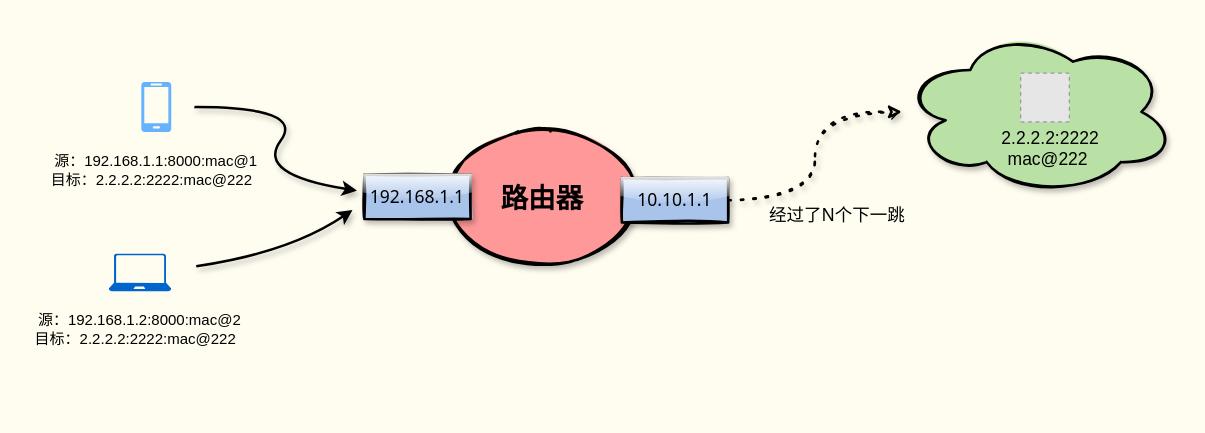
boxtsecond/draw keeps this draw.io diagram as pictures/负载均衡/lvs_snat.drawio. Above is the earlier version. Source tidied: cells renumbered, new cells numbered last; positions are measured from the earlier drawing's top-left corner, leaving out a move shared by most shapes. Both pictures are drawn from the tidied source at 125%, with x=0, y=0 at pixel (26, 28). Pictures stored in the file or linked from it are replaced by grey dashed boxes.
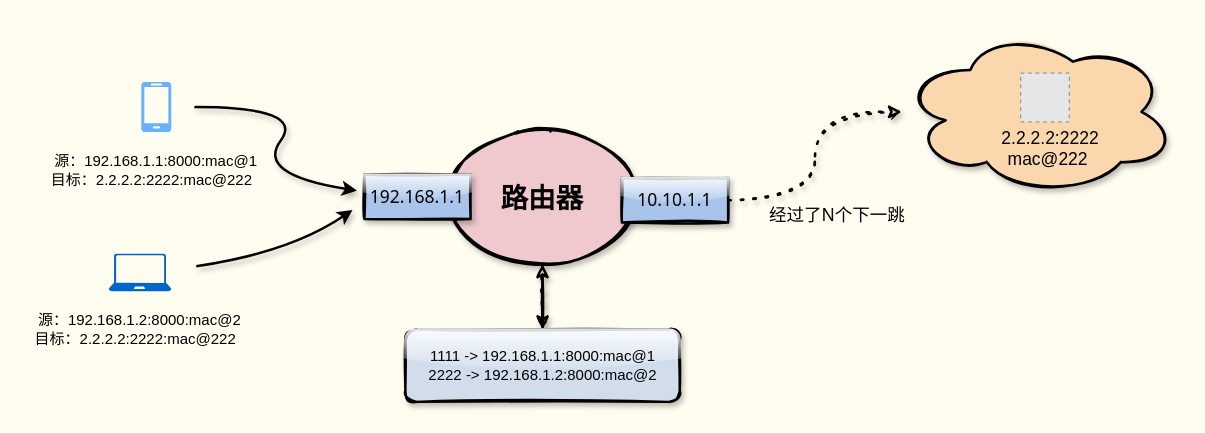
The same diagram, later.

The edit, as a diff of the source:
```diff
@@
-    <mxCell id="8" value="&lt;div style=&quot;font-family: &amp;#34;helvetica&amp;#34; ; font-size: 14px&quot;&gt;&lt;br&gt;&lt;/div&gt;" style="ellipse;shape=cloud;whiteSpace=wrap;html=1;shadow=1;strokeWidth=2;fillColor=#B9E0A5;glass=0;sketch=1;fillWeight=-1;hachureGap=8;fillStyle=solid;" parent="1" vertex="1">
+    <mxCell id="8" value="&lt;div style=&quot;font-family: &amp;#34;helvetica&amp;#34; ; font-size: 14px&quot;&gt;&lt;br&gt;&lt;/div&gt;" style="ellipse;shape=cloud;whiteSpace=wrap;html=1;shadow=1;strokeWidth=2;glass=0;sketch=1;fillWeight=-1;hachureGap=8;fillStyle=solid;fillColor=#fad7ac;" parent="1" vertex="1">
       <mxGeometry x="700" width="219" height="134" as="geometry" />
     </mxCell>
+    <mxCell id="17" style="edgeStyle=orthogonalEdgeStyle;curved=1;sketch=1;jettySize=auto;html=1;shadow=1;dashed=1;dashPattern=1 4;strokeWidth=2;fontFamily=Tahoma;fontSize=14;" parent="1" edge="1" source="9" target="19">
+      <mxGeometry relative="1" as="geometry" />
+    </mxCell>
-    <mxCell id="9" value="&lt;b&gt;&lt;font style=&quot;font-size: 22px&quot;&gt;路由器&lt;/font&gt;&lt;/b&gt;" style="ellipse;whiteSpace=wrap;html=1;shadow=1;glass=1;sketch=1;strokeWidth=2;fontFamily=Tahoma;fontSize=14;fillStyle=solid;fillColor=#FF9999;" parent="1" vertex="1">
+    <mxCell id="9" value="&lt;b&gt;&lt;font style=&quot;font-size: 22px&quot;&gt;路由器&lt;/font&gt;&lt;/b&gt;" style="ellipse;whiteSpace=wrap;html=1;shadow=1;glass=1;sketch=1;strokeWidth=2;fontFamily=Tahoma;fontSize=14;fillStyle=solid;fillColor=#f0c9cf;" parent="1" vertex="1">
       <mxGeometry x="334" y="81" width="157" height="108" as="geometry" />
     </mxCell>
@@
+    <mxCell id="18" style="sketch=1;jettySize=auto;html=1;shadow=1;strokeWidth=2;fontFamily=Tahoma;fontSize=14;" parent="1" edge="1" source="19" target="9">
+      <mxGeometry relative="1" as="geometry" />
+    </mxCell>
+    <mxCell id="19" value="&lt;div style=&quot;font-family: &amp;#34;helvetica&amp;#34; ; font-size: 12px&quot;&gt;1111 -&amp;gt; 192.168.1.1:8000:mac@1&lt;/div&gt;&lt;div style=&quot;font-family: &amp;#34;helvetica&amp;#34; ; font-size: 12px&quot;&gt;2222 -&amp;gt; 192.168.1.2:8000:mac@2&lt;br&gt;&lt;/div&gt;" style="whiteSpace=wrap;html=1;shadow=1;fontFamily=Tahoma;fontSize=14;strokeWidth=2;glass=1;sketch=1;fillStyle=solid;rounded=1;fillColor=#D1DDEB;" parent="1" vertex="1">
+      <mxGeometry x="302.8" y="241" width="219.5" height="58" as="geometry" />
+    </mxCell>
```
